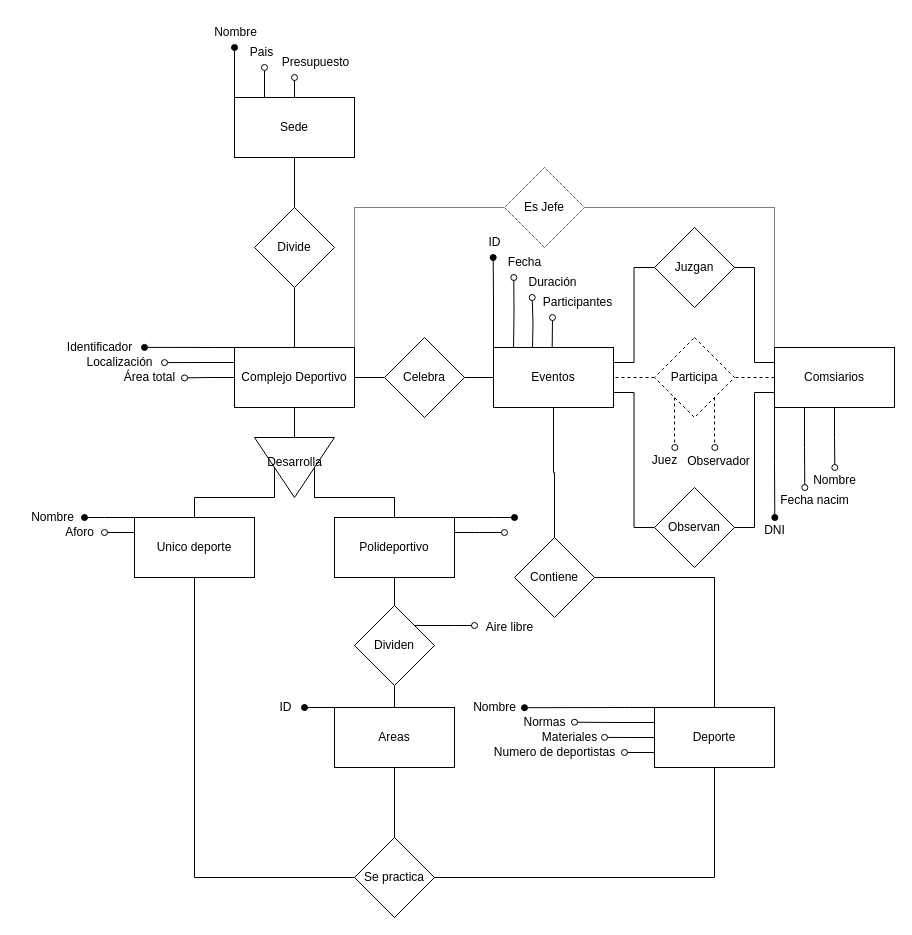
This is Base Datos/17.drawio from Gotrufo-Eloy/Proyectos, a draw.io file, before an edit. Source tidied: cells renumbered, new cells numbered last; positions are measured from the earlier drawing's top-left corner, leaving out a move shared by most shapes. Both pictures are drawn from the tidied source at 100%, with x=0, y=0 at pixel (17, 17).
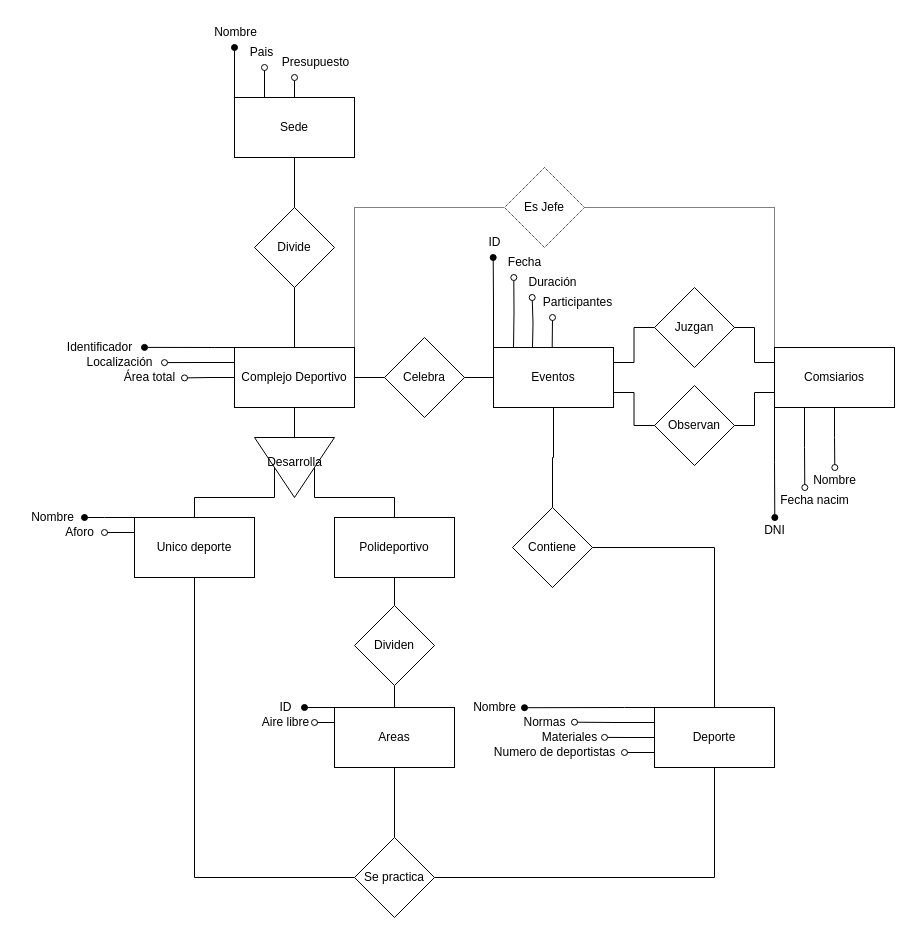
The same diagram, later.

Unchanged cells that the change refers to:
```xml
<mxCell id="22" value="Polideportivo" style="rounded=0;whiteSpace=wrap;html=1;" parent="1" vertex="1">
  <mxGeometry x="317" y="500" width="120" height="60" as="geometry" />
</mxCell>
<mxCell id="25" value="Areas" style="rounded=0;whiteSpace=wrap;html=1;" parent="1" vertex="1">
  <mxGeometry x="317" y="690" width="120" height="60" as="geometry" />
</mxCell>
<mxCell id="28" value="Dividen" style="rhombus;whiteSpace=wrap;html=1;rounded=0;" parent="1" vertex="1">
  <mxGeometry x="337" y="588" width="80" height="80" as="geometry" />
</mxCell>
<mxCell id="36" value="Eventos" style="whiteSpace=wrap;html=1;" parent="1" vertex="1">
  <mxGeometry x="476" y="330" width="120" height="60" as="geometry" />
</mxCell>
<mxCell id="44" value="Comsiarios" style="whiteSpace=wrap;html=1;" parent="1" vertex="1">
  <mxGeometry x="757" y="330" width="120" height="60" as="geometry" />
</mxCell>
<mxCell id="90" value="Se practica" style="rhombus;whiteSpace=wrap;html=1;" parent="1" vertex="1">
  <mxGeometry x="337" y="820" width="80" height="80" as="geometry" />
</mxCell>
```

Change to the diagram source:
```diff
@@
-    <mxCell id="20" style="edgeStyle=orthogonalEdgeStyle;rounded=0;jettySize=auto;html=1;exitX=1;exitY=0;exitDx=0;exitDy=0;endArrow=oval;endFill=1;" parent="1" edge="1" source="22">
-      <mxGeometry relative="1" as="geometry">
-        <mxPoint x="497" y="500" as="targetPoint" />
-        <Array as="points">
-          <mxPoint x="477" y="500" />
-          <mxPoint x="477" y="500" />
-        </Array>
-      </mxGeometry>
-    </mxCell>
-    <mxCell id="21" style="edgeStyle=orthogonalEdgeStyle;rounded=0;jettySize=auto;html=1;exitX=1;exitY=0.25;exitDx=0;exitDy=0;endArrow=oval;endFill=0;" parent="1" edge="1" source="22">
-      <mxGeometry relative="1" as="geometry">
-        <mxPoint x="487" y="515" as="targetPoint" />
-      </mxGeometry>
-    </mxCell>
@@
+    <mxCell id="91" style="edgeStyle=orthogonalEdgeStyle;rounded=0;jettySize=auto;html=1;exitX=0;exitY=0.25;exitDx=0;exitDy=0;endArrow=oval;endFill=0;" parent="1" edge="1" source="25">
+      <mxGeometry relative="1" as="geometry">
+        <mxPoint x="297" y="705.2" as="targetPoint" />
+      </mxGeometry>
+    </mxCell>
-    <mxCell id="24" style="edgeStyle=orthogonalEdgeStyle;rounded=0;jettySize=auto;html=1;entryX=0.5;entryY=0;entryDx=0;entryDy=0;endArrow=none;endFill=0;" parent="1" edge="1" source="25" target="90">
+    <mxCell id="24" style="edgeStyle=orthogonalEdgeStyle;rounded=0;jettySize=auto;html=1;exitX=0.5;exitY=1;exitDx=0;exitDy=0;entryX=0.5;entryY=0;entryDx=0;entryDy=0;endArrow=none;endFill=0;" parent="1" edge="1" source="25" target="90">
       <mxGeometry relative="1" as="geometry" />
     </mxCell>
@@
-    <mxCell id="26" style="edgeStyle=orthogonalEdgeStyle;rounded=0;jettySize=auto;html=1;exitX=1;exitY=0;exitDx=0;exitDy=0;endArrow=oval;endFill=0;" parent="1" edge="1" source="28">
-      <mxGeometry relative="1" as="geometry">
-        <mxPoint x="457" y="608" as="targetPoint" />
-      </mxGeometry>
-    </mxCell>
@@
-    <mxCell id="29" value="Aire libre" style="text;html=1;align=center;verticalAlign=middle;strokeColor=none;fillColor=none;" parent="1" vertex="1">
-      <mxGeometry x="457" y="595" width="70" height="30" as="geometry" />
-    </mxCell>
@@
     <mxCell id="37" style="edgeStyle=orthogonalEdgeStyle;rounded=0;jettySize=auto;html=1;exitX=0;exitY=0.25;exitDx=0;exitDy=0;entryX=1;entryY=0.5;entryDx=0;entryDy=0;endArrow=none;endFill=0;" parent="1" edge="1" source="44" target="46">
       <mxGeometry relative="1" as="geometry">
         <Array as="points">
           <mxPoint x="737" y="345" />
-          <mxPoint x="737" y="250" />
+          <mxPoint x="737" y="310" />
         </Array>
       </mxGeometry>
     </mxCell>
@@
-    <mxCell id="40" style="edgeStyle=orthogonalEdgeStyle;rounded=0;jettySize=auto;html=1;entryX=1;entryY=0.5;entryDx=0;entryDy=0;dashed=1;endArrow=none;endFill=0;" parent="1" edge="1" source="44" target="59">
-      <mxGeometry relative="1" as="geometry" />
-    </mxCell>
@@
     <mxCell id="46" value="Juzgan" style="rhombus;whiteSpace=wrap;html=1;" parent="1" vertex="1">
-      <mxGeometry x="637" y="210" width="80" height="80" as="geometry" />
+      <mxGeometry x="637" y="270" width="80" height="80" as="geometry" />
     </mxCell>
@@
     <mxCell id="48" value="Observan" style="rhombus;whiteSpace=wrap;html=1;" parent="1" vertex="1">
-      <mxGeometry x="637" y="470" width="80" height="80" as="geometry" />
+      <mxGeometry x="637" y="368" width="80" height="80" as="geometry" />
     </mxCell>
@@
-    <mxCell id="56" style="edgeStyle=orthogonalEdgeStyle;rounded=0;jettySize=auto;html=1;exitX=0;exitY=0.5;exitDx=0;exitDy=0;entryX=1;entryY=0.5;entryDx=0;entryDy=0;dashed=1;endArrow=none;endFill=0;" parent="1" edge="1" source="59" target="36">
-      <mxGeometry relative="1" as="geometry" />
-    </mxCell>
-    <mxCell id="57" style="edgeStyle=orthogonalEdgeStyle;rounded=0;jettySize=auto;html=1;exitX=0;exitY=1;exitDx=0;exitDy=0;dashed=1;endArrow=oval;endFill=0;" parent="1" edge="1" source="59">
-      <mxGeometry relative="1" as="geometry">
-        <mxPoint x="657.3" y="430" as="targetPoint" />
-      </mxGeometry>
-    </mxCell>
-    <mxCell id="58" style="edgeStyle=orthogonalEdgeStyle;rounded=0;jettySize=auto;html=1;exitX=1;exitY=1;exitDx=0;exitDy=0;dashed=1;endArrow=oval;endFill=0;" parent="1" edge="1" source="59">
-      <mxGeometry relative="1" as="geometry">
-        <mxPoint x="697.3" y="430" as="targetPoint" />
-      </mxGeometry>
-    </mxCell>
-    <mxCell id="59" value="Participa" style="rhombus;whiteSpace=wrap;html=1;dashed=1;" parent="1" vertex="1">
-      <mxGeometry x="637" y="320" width="80" height="80" as="geometry" />
-    </mxCell>
-    <mxCell id="60" value="Juez" style="text;html=1;align=center;verticalAlign=middle;strokeColor=none;fillColor=none;" parent="1" vertex="1">
-      <mxGeometry x="622" y="428" width="50" height="30" as="geometry" />
-    </mxCell>
-    <mxCell id="61" value="Observador" style="text;html=1;align=center;verticalAlign=middle;strokeColor=none;fillColor=none;" parent="1" vertex="1">
-      <mxGeometry x="656" y="429" width="90" height="30" as="geometry" />
-    </mxCell>
@@
     <mxCell id="88" value="Contiene" style="rhombus;whiteSpace=wrap;html=1;" parent="1" vertex="1">
-      <mxGeometry x="497" y="520" width="80" height="80" as="geometry" />
+      <mxGeometry x="495" y="490" width="80" height="80" as="geometry" />
     </mxCell>
@@
+    <mxCell id="29" value="Aire libre" style="text;html=1;align=center;verticalAlign=middle;strokeColor=none;fillColor=none;" parent="1" vertex="1">
+      <mxGeometry x="233" y="690" width="70" height="30" as="geometry" />
+    </mxCell>
```
